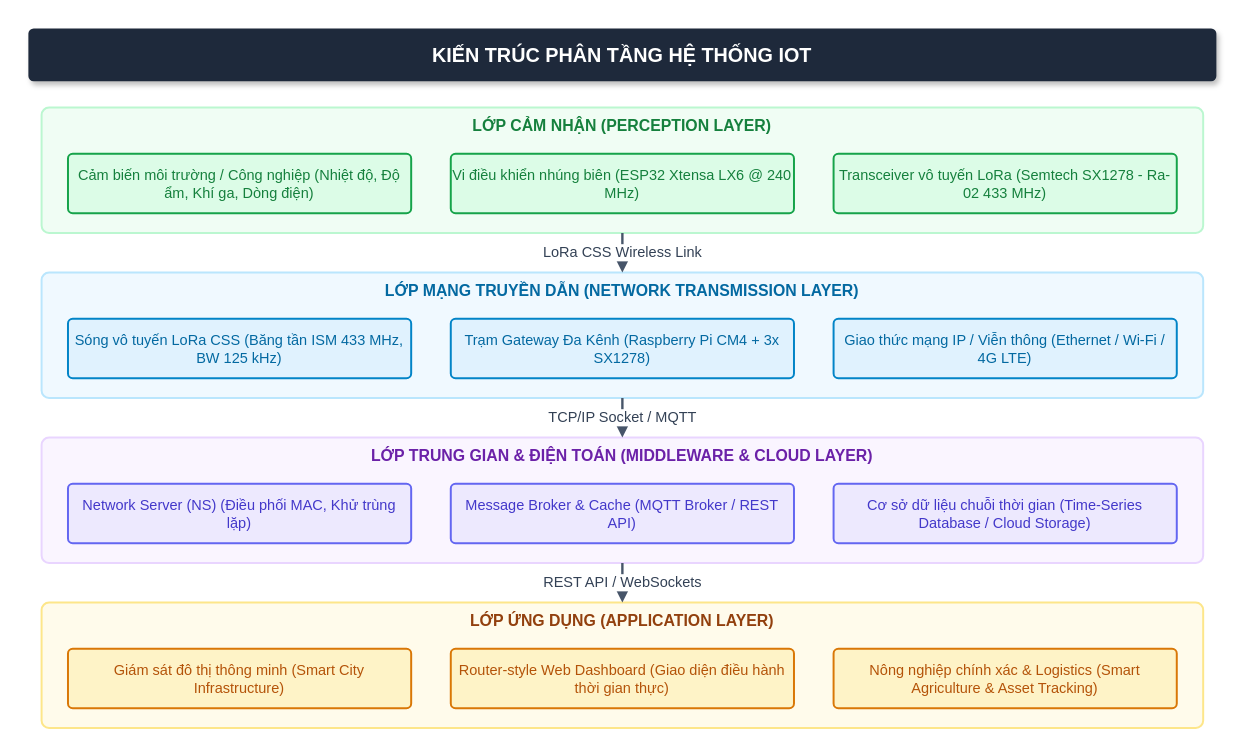
Above: figs/01_kien_truc_iot_4_lop.drawio in Brauuwu/LoRa_TinyML_Hopping (draw.io), before the change. Source tidied: cells renumbered, new cells numbered last; positions are measured from the earlier drawing's top-left corner, leaving out a move shared by most shapes. Both pictures are drawn from the tidied source at 132%, with x=0, y=0 at pixel (28, 28).
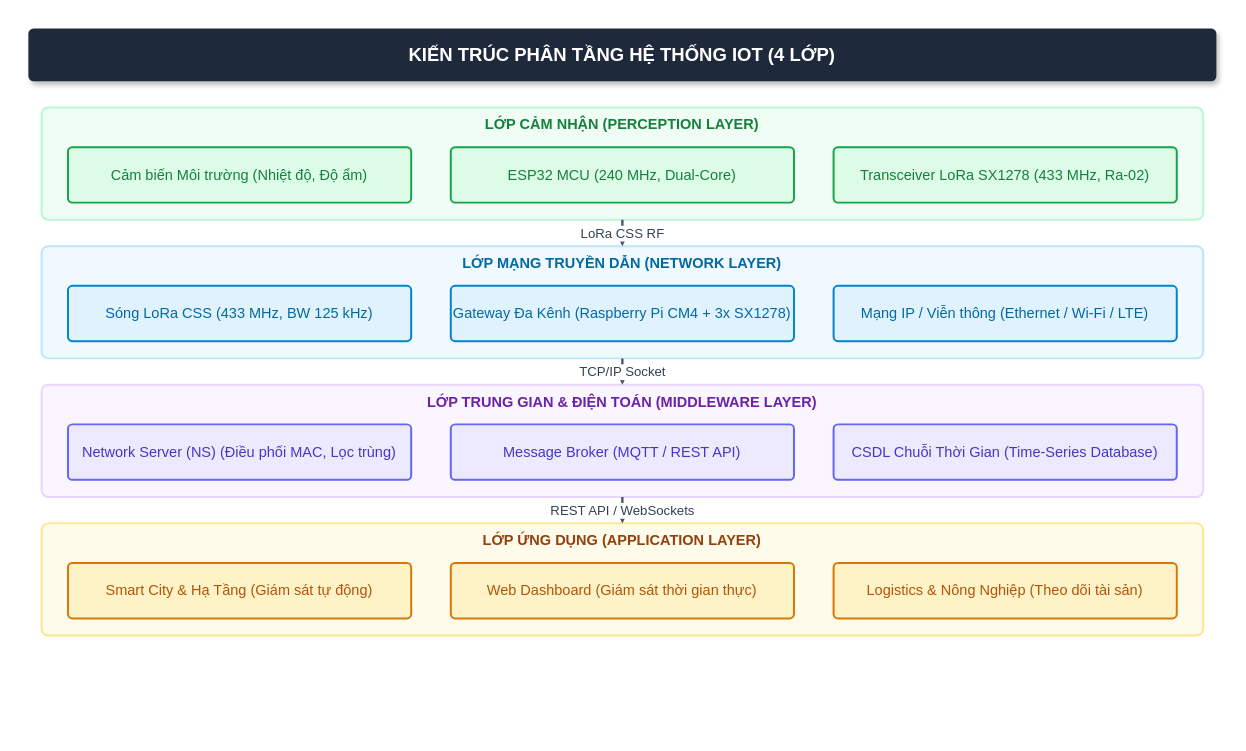
The same diagram, later.

The edit, as a diff of the source:
```diff
@@
-    <mxCell id="2" value="KIẾN TRÚC PHÂN TẦNG HỆ THỐNG IOT" style="rounded=1;whiteSpace=wrap;html=1;fillColor=#1e293b;strokeColor=none;fontColor=#ffffff;fontStyle=1;fontSize=15;shadow=1;arcSize=10;" parent="1" vertex="1">
+    <mxCell id="2" value="KIẾN TRÚC PHÂN TẦNG HỆ THỐNG IOT (4 LỚP)" style="rounded=1;whiteSpace=wrap;html=1;fillColor=#1e293b;strokeColor=none;fontColor=#ffffff;fontStyle=1;fontSize=14;shadow=1;arcSize=10;" parent="1" vertex="1">
       <mxGeometry width="900" height="40" as="geometry" />
     </mxCell>
-    <mxCell id="3" value="LỚP CẢM NHẬN (PERCEPTION LAYER)" style="rounded=1;whiteSpace=wrap;html=1;fillColor=#f0fdf4;strokeColor=#bbf7d0;strokeWidth=1.5;verticalAlign=top;fontStyle=1;fontSize=12;fontColor=#15803d;arcSize=6;" parent="1" vertex="1">
-      <mxGeometry x="10" y="60" width="880" height="95" as="geometry" />
+    <mxCell id="3" value="LỚP CẢM NHẬN (PERCEPTION LAYER)" style="rounded=1;whiteSpace=wrap;html=1;fillColor=#f0fdf4;strokeColor=#bbf7d0;strokeWidth=1.5;verticalAlign=top;fontStyle=1;fontSize=11;fontColor=#15803d;arcSize=6;" parent="1" vertex="1">
+      <mxGeometry x="10" y="60" width="880" height="85" as="geometry" />
     </mxCell>
-    <mxCell id="4" value="Cảm biến môi trường / Công nghiệp (Nhiệt độ, Độ ẩm, Khí ga, Dòng điện)" style="rounded=1;whiteSpace=wrap;html=1;fillColor=#dcfce7;strokeColor=#16a34a;strokeWidth=1.5;fontColor=#15803d;fontSize=11;arcSize=8;" parent="1" vertex="1">
-      <mxGeometry x="30" y="95" width="260" height="45" as="geometry" />
+    <mxCell id="4" value="Cảm biến Môi trường (Nhiệt độ, Độ ẩm)" style="rounded=1;whiteSpace=wrap;html=1;fillColor=#dcfce7;strokeColor=#16a34a;strokeWidth=1.5;fontColor=#15803d;fontSize=11;arcSize=8;" parent="1" vertex="1">
+      <mxGeometry x="30" y="90" width="260" height="42" as="geometry" />
     </mxCell>
-    <mxCell id="5" value="Vi điều khiển nhúng biên (ESP32 Xtensa LX6 @ 240 MHz)" style="rounded=1;whiteSpace=wrap;html=1;fillColor=#dcfce7;strokeColor=#16a34a;strokeWidth=1.5;fontColor=#15803d;fontSize=11;arcSize=8;" parent="1" vertex="1">
-      <mxGeometry x="320" y="95" width="260" height="45" as="geometry" />
+    <mxCell id="5" value="ESP32 MCU (240 MHz, Dual-Core)" style="rounded=1;whiteSpace=wrap;html=1;fillColor=#dcfce7;strokeColor=#16a34a;strokeWidth=1.5;fontColor=#15803d;fontSize=11;arcSize=8;" parent="1" vertex="1">
+      <mxGeometry x="320" y="90" width="260" height="42" as="geometry" />
     </mxCell>
-    <mxCell id="6" value="Transceiver vô tuyến LoRa (Semtech SX1278 - Ra-02 433 MHz)" style="rounded=1;whiteSpace=wrap;html=1;fillColor=#dcfce7;strokeColor=#16a34a;strokeWidth=1.5;fontColor=#15803d;fontSize=11;arcSize=8;" parent="1" vertex="1">
-      <mxGeometry x="610" y="95" width="260" height="45" as="geometry" />
+    <mxCell id="6" value="Transceiver LoRa SX1278 (433 MHz, Ra-02)" style="rounded=1;whiteSpace=wrap;html=1;fillColor=#dcfce7;strokeColor=#16a34a;strokeWidth=1.5;fontColor=#15803d;fontSize=11;arcSize=8;" parent="1" vertex="1">
+      <mxGeometry x="610" y="90" width="260" height="42" as="geometry" />
     </mxCell>
-    <mxCell id="7" value="LỚP MẠNG TRUYỀN DẪN (NETWORK TRANSMISSION LAYER)" style="rounded=1;whiteSpace=wrap;html=1;fillColor=#f0f9ff;strokeColor=#bae6fd;strokeWidth=1.5;verticalAlign=top;fontStyle=1;fontSize=12;fontColor=#0369a1;arcSize=6;" parent="1" vertex="1">
-      <mxGeometry x="10" y="185" width="880" height="95" as="geometry" />
+    <mxCell id="7" value="LỚP MẠNG TRUYỀN DẪN (NETWORK LAYER)" style="rounded=1;whiteSpace=wrap;html=1;fillColor=#f0f9ff;strokeColor=#bae6fd;strokeWidth=1.5;verticalAlign=top;fontStyle=1;fontSize=11;fontColor=#0369a1;arcSize=6;" parent="1" vertex="1">
+      <mxGeometry x="10" y="165" width="880" height="85" as="geometry" />
     </mxCell>
-    <mxCell id="8" value="Sóng vô tuyến LoRa CSS (Băng tần ISM 433 MHz, BW 125 kHz)" style="rounded=1;whiteSpace=wrap;html=1;fillColor=#e0f2fe;strokeColor=#0284c7;strokeWidth=1.5;fontColor=#0369a1;fontSize=11;arcSize=8;" parent="1" vertex="1">
-      <mxGeometry x="30" y="220" width="260" height="45" as="geometry" />
+    <mxCell id="8" value="Sóng LoRa CSS (433 MHz, BW 125 kHz)" style="rounded=1;whiteSpace=wrap;html=1;fillColor=#e0f2fe;strokeColor=#0284c7;strokeWidth=1.5;fontColor=#0369a1;fontSize=11;arcSize=8;" parent="1" vertex="1">
+      <mxGeometry x="30" y="195" width="260" height="42" as="geometry" />
     </mxCell>
-    <mxCell id="9" value="Trạm Gateway Đa Kênh (Raspberry Pi CM4 + 3x SX1278)" style="rounded=1;whiteSpace=wrap;html=1;fillColor=#e0f2fe;strokeColor=#0284c7;strokeWidth=1.5;fontColor=#0369a1;fontSize=11;arcSize=8;" parent="1" vertex="1">
-      <mxGeometry x="320" y="220" width="260" height="45" as="geometry" />
+    <mxCell id="9" value="Gateway Đa Kênh (Raspberry Pi CM4 + 3x SX1278)" style="rounded=1;whiteSpace=wrap;html=1;fillColor=#e0f2fe;strokeColor=#0284c7;strokeWidth=1.5;fontColor=#0369a1;fontSize=11;arcSize=8;" parent="1" vertex="1">
+      <mxGeometry x="320" y="195" width="260" height="42" as="geometry" />
     </mxCell>
-    <mxCell id="10" value="Giao thức mạng IP / Viễn thông (Ethernet / Wi-Fi / 4G LTE)" style="rounded=1;whiteSpace=wrap;html=1;fillColor=#e0f2fe;strokeColor=#0284c7;strokeWidth=1.5;fontColor=#0369a1;fontSize=11;arcSize=8;" parent="1" vertex="1">
-      <mxGeometry x="610" y="220" width="260" height="45" as="geometry" />
+    <mxCell id="10" value="Mạng IP / Viễn thông (Ethernet / Wi-Fi / LTE)" style="rounded=1;whiteSpace=wrap;html=1;fillColor=#e0f2fe;strokeColor=#0284c7;strokeWidth=1.5;fontColor=#0369a1;fontSize=11;arcSize=8;" parent="1" vertex="1">
+      <mxGeometry x="610" y="195" width="260" height="42" as="geometry" />
     </mxCell>
-    <mxCell id="11" value="LỚP TRUNG GIAN &amp; ĐIỆN TOÁN (MIDDLEWARE &amp; CLOUD LAYER)" style="rounded=1;whiteSpace=wrap;html=1;fillColor=#faf5ff;strokeColor=#e9d5ff;strokeWidth=1.5;verticalAlign=top;fontStyle=1;fontSize=12;fontColor=#6b21a8;arcSize=6;" parent="1" vertex="1">
-      <mxGeometry x="10" y="310" width="880" height="95" as="geometry" />
+    <mxCell id="11" value="LỚP TRUNG GIAN &amp; ĐIỆN TOÁN (MIDDLEWARE LAYER)" style="rounded=1;whiteSpace=wrap;html=1;fillColor=#faf5ff;strokeColor=#e9d5ff;strokeWidth=1.5;verticalAlign=top;fontStyle=1;fontSize=11;fontColor=#6b21a8;arcSize=6;" parent="1" vertex="1">
+      <mxGeometry x="10" y="270" width="880" height="85" as="geometry" />
     </mxCell>
-    <mxCell id="12" value="Network Server (NS) (Điều phối MAC, Khử trùng lặp)" style="rounded=1;whiteSpace=wrap;html=1;fillColor=#ede9fe;strokeColor=#6366f1;strokeWidth=1.5;fontColor=#4338ca;fontSize=11;arcSize=8;" parent="1" vertex="1">
-      <mxGeometry x="30" y="345" width="260" height="45" as="geometry" />
+    <mxCell id="12" value="Network Server (NS) (Điều phối MAC, Lọc trùng)" style="rounded=1;whiteSpace=wrap;html=1;fillColor=#ede9fe;strokeColor=#6366f1;strokeWidth=1.5;fontColor=#4338ca;fontSize=11;arcSize=8;" parent="1" vertex="1">
+      <mxGeometry x="30" y="300" width="260" height="42" as="geometry" />
     </mxCell>
-    <mxCell id="13" value="Message Broker &amp; Cache (MQTT Broker / REST API)" style="rounded=1;whiteSpace=wrap;html=1;fillColor=#ede9fe;strokeColor=#6366f1;strokeWidth=1.5;fontColor=#4338ca;fontSize=11;arcSize=8;" parent="1" vertex="1">
-      <mxGeometry x="320" y="345" width="260" height="45" as="geometry" />
+    <mxCell id="13" value="Message Broker (MQTT / REST API)" style="rounded=1;whiteSpace=wrap;html=1;fillColor=#ede9fe;strokeColor=#6366f1;strokeWidth=1.5;fontColor=#4338ca;fontSize=11;arcSize=8;" parent="1" vertex="1">
+      <mxGeometry x="320" y="300" width="260" height="42" as="geometry" />
     </mxCell>
-    <mxCell id="14" value="Cơ sở dữ liệu chuỗi thời gian (Time-Series Database / Cloud Storage)" style="rounded=1;whiteSpace=wrap;html=1;fillColor=#ede9fe;strokeColor=#6366f1;strokeWidth=1.5;fontColor=#4338ca;fontSize=11;arcSize=8;" parent="1" vertex="1">
-      <mxGeometry x="610" y="345" width="260" height="45" as="geometry" />
+    <mxCell id="14" value="CSDL Chuỗi Thời Gian (Time-Series Database)" style="rounded=1;whiteSpace=wrap;html=1;fillColor=#ede9fe;strokeColor=#6366f1;strokeWidth=1.5;fontColor=#4338ca;fontSize=11;arcSize=8;" parent="1" vertex="1">
+      <mxGeometry x="610" y="300" width="260" height="42" as="geometry" />
     </mxCell>
-    <mxCell id="15" value="LỚP ỨNG DỤNG (APPLICATION LAYER)" style="rounded=1;whiteSpace=wrap;html=1;fillColor=#fffbeb;strokeColor=#fde68a;strokeWidth=1.5;verticalAlign=top;fontStyle=1;fontSize=12;fontColor=#92400e;arcSize=6;" parent="1" vertex="1">
-      <mxGeometry x="10" y="435" width="880" height="95" as="geometry" />
+    <mxCell id="15" value="LỚP ỨNG DỤNG (APPLICATION LAYER)" style="rounded=1;whiteSpace=wrap;html=1;fillColor=#fffbeb;strokeColor=#fde68a;strokeWidth=1.5;verticalAlign=top;fontStyle=1;fontSize=11;fontColor=#92400e;arcSize=6;" parent="1" vertex="1">
+      <mxGeometry x="10" y="375" width="880" height="85" as="geometry" />
     </mxCell>
-    <mxCell id="16" value="Giám sát đô thị thông minh (Smart City Infrastructure)" style="rounded=1;whiteSpace=wrap;html=1;fillColor=#fef3c7;strokeColor=#d97706;strokeWidth=1.5;fontColor=#b45309;fontSize=11;arcSize=8;" parent="1" vertex="1">
-      <mxGeometry x="30" y="470" width="260" height="45" as="geometry" />
+    <mxCell id="16" value="Smart City &amp; Hạ Tầng (Giám sát tự động)" style="rounded=1;whiteSpace=wrap;html=1;fillColor=#fef3c7;strokeColor=#d97706;strokeWidth=1.5;fontColor=#b45309;fontSize=11;arcSize=8;" parent="1" vertex="1">
+      <mxGeometry x="30" y="405" width="260" height="42" as="geometry" />
     </mxCell>
-    <mxCell id="17" value="Router-style Web Dashboard (Giao diện điều hành thời gian thực)" style="rounded=1;whiteSpace=wrap;html=1;fillColor=#fef3c7;strokeColor=#d97706;strokeWidth=1.5;fontColor=#b45309;fontSize=11;arcSize=8;" parent="1" vertex="1">
-      <mxGeometry x="320" y="470" width="260" height="45" as="geometry" />
+    <mxCell id="17" value="Web Dashboard (Giám sát thời gian thực)" style="rounded=1;whiteSpace=wrap;html=1;fillColor=#fef3c7;strokeColor=#d97706;strokeWidth=1.5;fontColor=#b45309;fontSize=11;arcSize=8;" parent="1" vertex="1">
+      <mxGeometry x="320" y="405" width="260" height="42" as="geometry" />
     </mxCell>
-    <mxCell id="18" value="Nông nghiệp chính xác &amp; Logistics (Smart Agriculture &amp; Asset Tracking)" style="rounded=1;whiteSpace=wrap;html=1;fillColor=#fef3c7;strokeColor=#d97706;strokeWidth=1.5;fontColor=#b45309;fontSize=11;arcSize=8;" parent="1" vertex="1">
-      <mxGeometry x="610" y="470" width="260" height="45" as="geometry" />
+    <mxCell id="18" value="Logistics &amp; Nông Nghiệp (Theo dõi tài sản)" style="rounded=1;whiteSpace=wrap;html=1;fillColor=#fef3c7;strokeColor=#d97706;strokeWidth=1.5;fontColor=#b45309;fontSize=11;arcSize=8;" parent="1" vertex="1">
+      <mxGeometry x="610" y="405" width="260" height="42" as="geometry" />
     </mxCell>
-    <mxCell id="19" value="LoRa CSS Wireless Link" style="edgeStyle=orthogonalEdgeStyle;rounded=1;jettySize=auto;html=1;strokeColor=#475569;strokeWidth=1.8;endArrow=block;endFill=1;fontColor=#334155;fontSize=11;" parent="1" edge="1" source="3" target="7">
+    <mxCell id="19" value="LoRa CSS RF" style="edgeStyle=orthogonalEdgeStyle;rounded=1;jettySize=auto;html=1;strokeColor=#475569;strokeWidth=1.8;endArrow=block;endFill=1;fontColor=#334155;fontSize=10;" parent="1" edge="1" source="3" target="7">
       <mxGeometry relative="1" as="geometry" />
     </mxCell>
-    <mxCell id="20" value="TCP/IP Socket / MQTT" style="edgeStyle=orthogonalEdgeStyle;rounded=1;jettySize=auto;html=1;strokeColor=#475569;strokeWidth=1.8;endArrow=block;endFill=1;fontColor=#334155;fontSize=11;" parent="1" edge="1" source="7" target="11">
+    <mxCell id="20" value="TCP/IP Socket" style="edgeStyle=orthogonalEdgeStyle;rounded=1;jettySize=auto;html=1;strokeColor=#475569;strokeWidth=1.8;endArrow=block;endFill=1;fontColor=#334155;fontSize=10;" parent="1" edge="1" source="7" target="11">
       <mxGeometry relative="1" as="geometry" />
     </mxCell>
-    <mxCell id="21" value="REST API / WebSockets" style="edgeStyle=orthogonalEdgeStyle;rounded=1;jettySize=auto;html=1;strokeColor=#475569;strokeWidth=1.8;endArrow=block;endFill=1;fontColor=#334155;fontSize=11;" parent="1" edge="1" source="11" target="15">
+    <mxCell id="21" value="REST API / WebSockets" style="edgeStyle=orthogonalEdgeStyle;rounded=1;jettySize=auto;html=1;strokeColor=#475569;strokeWidth=1.8;endArrow=block;endFill=1;fontColor=#334155;fontSize=10;" parent="1" edge="1" source="11" target="15">
       <mxGeometry relative="1" as="geometry" />
     </mxCell>
```
